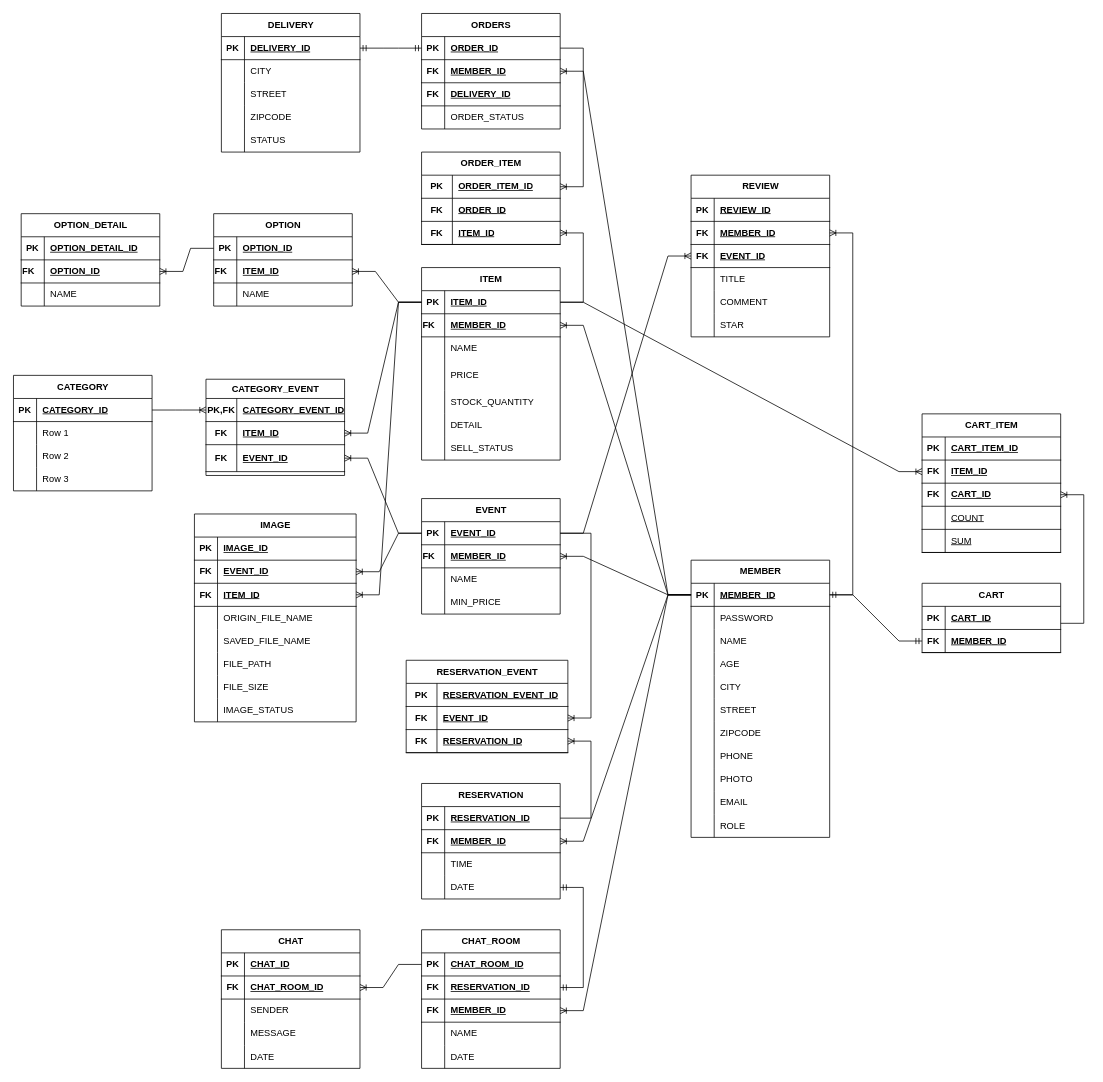
The draw.io diagram EventLinkERD.drawio in leeheeweon/EventLink, before the edit. Source tidied: cells renumbered, new cells numbered last; positions are measured from the earlier drawing's top-left corner, leaving out a move shared by most shapes. Both pictures are drawn from the tidied source at 77%, with x=0, y=0 at pixel (13, 13).
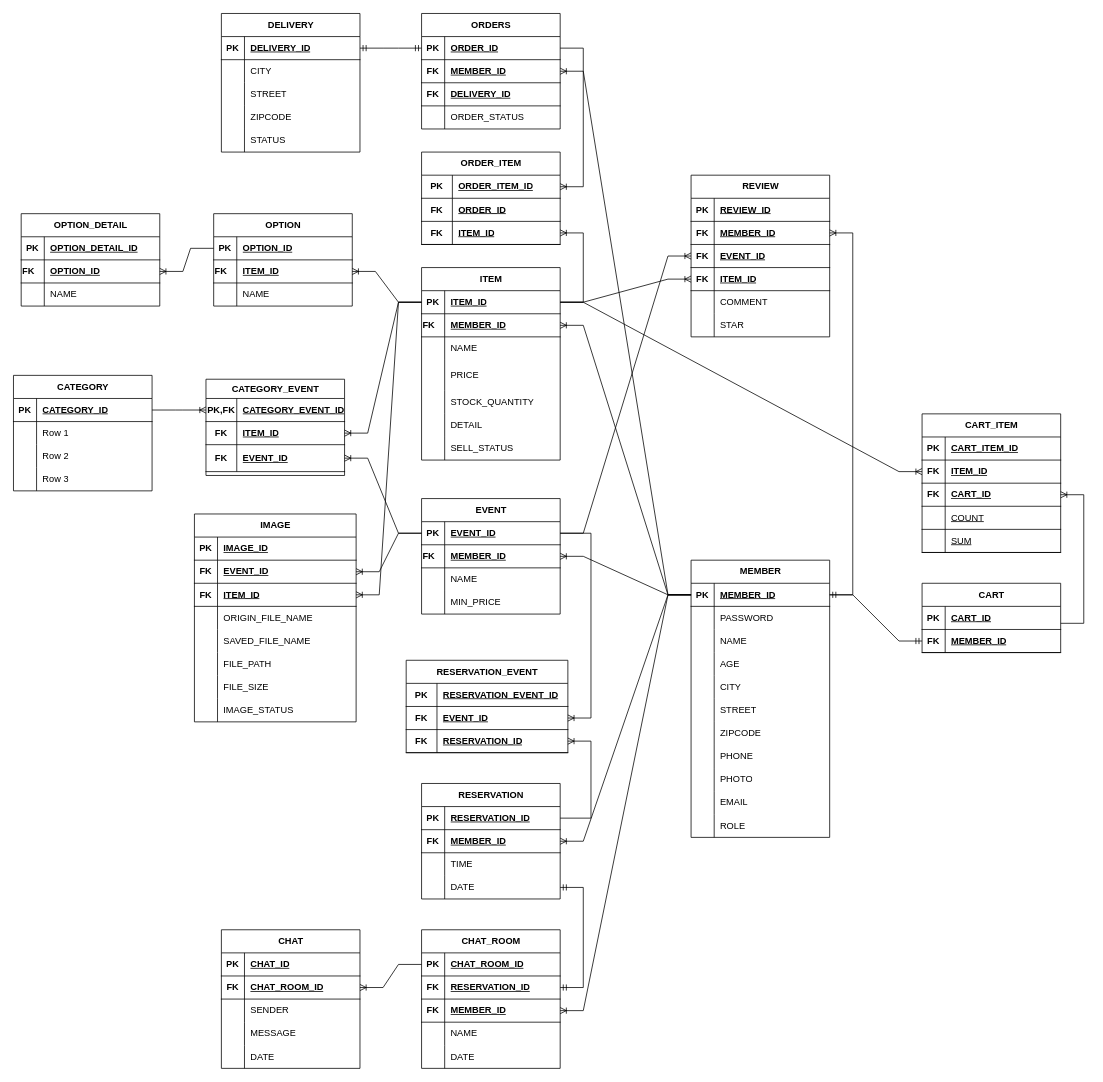
The same page after the edit.

Unchanged cells that the change refers to:
```xml
<mxCell id="28" value="REVIEW" style="shape=table;startSize=30;childLayout=tableLayout;rowLines=0;fontStyle=1;align=center;html=1;" parent="1" vertex="1">
  <mxGeometry x="880" y="210" width="180" height="210" as="geometry" />
</mxCell>
<mxCell id="174" style="shape=tableRow;horizontal=0;startSize=0;swimlaneHead=0;swimlaneBody=0;fillColor=none;points=[[0,0.5],[1,0.5]];portConstraint=eastwest;top=0;left=0;right=0;bottom=1;" parent="173" vertex="1">
  <mxGeometry y="30" width="180" height="30" as="geometry" />
</mxCell>
```

Diff of the diagram source:
```diff
@@
-    <mxCell id="38" style="shape=tableRow;horizontal=0;startSize=0;swimlaneHead=0;swimlaneBody=0;fillColor=none;top=0;left=0;right=0;bottom=0;" parent="28" vertex="1">
-      <mxGeometry y="120" width="180" height="30" as="geometry" />
-    </mxCell>
-    <mxCell id="39" style="shape=partialRectangle;fillColor=none;top=0;left=0;bottom=0;right=0;overflow=hidden;whiteSpace=wrap;html=1;" parent="38" vertex="1">
-      <mxGeometry width="30" height="30" as="geometry" />
-    </mxCell>
-    <mxCell id="40" value="TITLE" style="shape=partialRectangle;fillColor=none;top=0;left=0;bottom=0;right=0;align=left;spacingLeft=6;overflow=hidden;whiteSpace=wrap;html=1;" parent="38" vertex="1">
-      <mxGeometry x="30" width="150" height="30" as="geometry" />
-    </mxCell>
+    <mxCell id="299" style="shape=tableRow;horizontal=0;startSize=0;swimlaneHead=0;swimlaneBody=0;fillColor=none;points=[[0,0.5],[1,0.5]];portConstraint=eastwest;top=0;left=0;right=0;bottom=1;" parent="28" vertex="1">
+      <mxGeometry y="120" width="180" height="30" as="geometry" />
+    </mxCell>
+    <mxCell id="300" value="FK" style="shape=partialRectangle;fillColor=none;top=0;left=0;bottom=0;right=0;fontStyle=1;overflow=hidden;whiteSpace=wrap;html=1;" parent="299" vertex="1">
+      <mxGeometry width="30" height="30" as="geometry" />
+    </mxCell>
+    <mxCell id="301" value="ITEM_ID" style="shape=partialRectangle;fillColor=none;top=0;left=0;bottom=0;right=0;align=left;spacingLeft=6;fontStyle=5;overflow=hidden;whiteSpace=wrap;html=1;" parent="299" vertex="1">
+      <mxGeometry x="30" width="150" height="30" as="geometry" />
+    </mxCell>
@@
+    <mxCell id="302" style="edgeStyle=entityRelationEdgeStyle;fontSize=12;html=1;endArrow=ERoneToMany;rounded=0;" parent="1" edge="1" source="174" target="299">
+      <mxGeometry relative="1" as="geometry" />
+    </mxCell>
```
